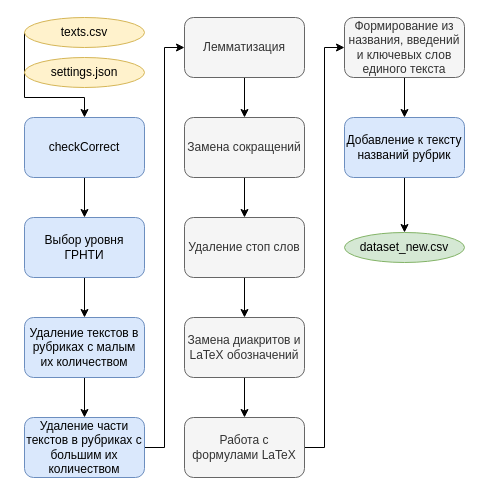
Earlier version of the draw.io diagram page "Копия Предобработка" (3 of 6) of architecture.drawio (vvzunin/GRNTIClass). Source tidied: cells renumbered, new cells numbered last; positions are measured from the earlier drawing's top-left corner, leaving out a move shared by most shapes. Both pictures are drawn from the tidied source at 100%, with x=0, y=0 at pixel (24, 17).
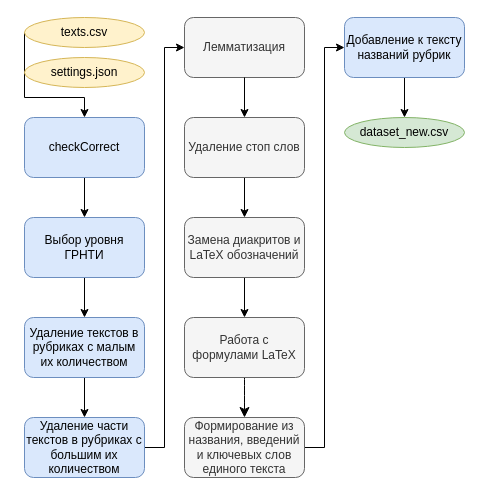
Above is the later version.

Unchanged cells that the change refers to:
```xml
<mxCell id="13" value="Лемматизация" style="rounded=1;whiteSpace=wrap;html=1;fillColor=#f5f5f5;fontColor=#333333;strokeColor=#666666;" parent="1" vertex="1">
  <mxGeometry x="160" width="120" height="60" as="geometry" />
</mxCell>
```

Change to the diagram source:
```diff
@@
-    <mxCell id="12" style="edgeStyle=orthogonalEdgeStyle;rounded=0;jettySize=auto;html=1;" parent="1" edge="1" source="13" target="15">
-      <mxGeometry relative="1" as="geometry" />
-    </mxCell>
@@
-    <mxCell id="14" style="edgeStyle=orthogonalEdgeStyle;rounded=0;jettySize=auto;html=1;" parent="1" edge="1" source="15" target="17">
+    <mxCell id="14" style="edgeStyle=orthogonalEdgeStyle;rounded=0;jettySize=auto;html=1;exitX=0.5;exitY=1;exitDx=0;exitDy=0;" parent="1" edge="1" source="13" target="17">
       <mxGeometry relative="1" as="geometry" />
     </mxCell>
-    <mxCell id="15" value="Замена сокращений" style="rounded=1;whiteSpace=wrap;html=1;fillColor=#f5f5f5;fontColor=#333333;strokeColor=#666666;" parent="1" vertex="1">
-      <mxGeometry x="160" y="100" width="120" height="60" as="geometry" />
-    </mxCell>
@@
     <mxCell id="17" value="Удаление стоп слов" style="rounded=1;whiteSpace=wrap;html=1;fillColor=#f5f5f5;fontColor=#333333;strokeColor=#666666;" parent="1" vertex="1">
-      <mxGeometry x="160" y="200" width="120" height="60" as="geometry" />
+      <mxGeometry x="160" y="100" width="120" height="60" as="geometry" />
     </mxCell>
-    <mxCell id="18" style="edgeStyle=orthogonalEdgeStyle;rounded=0;jettySize=auto;html=1;" parent="1" edge="1" source="19" target="21">
-      <mxGeometry relative="1" as="geometry" />
-    </mxCell>
-    <mxCell id="19" value="Формирование из названия, введений и ключевых слов единого текста" style="rounded=1;whiteSpace=wrap;html=1;fillColor=#f5f5f5;fontColor=#333333;strokeColor=#666666;" parent="1" vertex="1">
-      <mxGeometry x="320" width="120" height="60" as="geometry" />
-    </mxCell>
@@
     <mxCell id="21" value="Добавление к тексту названий рубрик" style="rounded=1;whiteSpace=wrap;html=1;fillColor=#dae8fc;strokeColor=#6c8ebf;" parent="1" vertex="1">
-      <mxGeometry x="320" y="100" width="120" height="60" as="geometry" />
+      <mxGeometry x="320" width="120" height="60" as="geometry" />
     </mxCell>
     <mxCell id="22" value="dataset_new.csv" style="ellipse;whiteSpace=wrap;html=1;fillColor=#d5e8d4;strokeColor=#82b366;" parent="1" vertex="1">
-      <mxGeometry x="320" y="215" width="120" height="30" as="geometry" />
+      <mxGeometry x="320" y="100" width="120" height="30" as="geometry" />
     </mxCell>
@@
     <mxCell id="25" value="Замена диакритов и LaTeX обозначений" style="rounded=1;whiteSpace=wrap;html=1;fillColor=#f5f5f5;fontColor=#333333;strokeColor=#666666;" parent="1" vertex="1">
-      <mxGeometry x="160" y="300" width="120" height="60" as="geometry" />
+      <mxGeometry x="160" y="200" width="120" height="60" as="geometry" />
     </mxCell>
-    <mxCell id="26" style="edgeStyle=orthogonalEdgeStyle;rounded=0;jettySize=auto;html=1;" parent="1" edge="1" source="27">
+    <mxCell id="26" style="edgeStyle=orthogonalEdgeStyle;rounded=0;jettySize=auto;html=1;exitX=1;exitY=0.5;exitDx=0;exitDy=0;" parent="1" edge="1" source="19">
       <mxGeometry relative="1" as="geometry">
         <mxPoint x="320" y="30" as="targetPoint" />
         <Array as="points">
           <mxPoint x="300" y="430" />
           <mxPoint x="300" y="30" />
         </Array>
       </mxGeometry>
     </mxCell>
+    <mxCell id="28" style="edgeStyle=none;curved=1;rounded=0;jettySize=auto;html=1;entryX=0.5;entryY=0;entryDx=0;entryDy=0;fontSize=12;startSize=8;endSize=8;" parent="1" edge="1" source="27" target="19">
+      <mxGeometry relative="1" as="geometry" />
+    </mxCell>
     <mxCell id="27" value="Работа с формулами LaTeX" style="rounded=1;whiteSpace=wrap;html=1;fillColor=#f5f5f5;fontColor=#333333;strokeColor=#666666;" parent="1" vertex="1">
-      <mxGeometry x="160" y="400" width="120" height="60" as="geometry" />
+      <mxGeometry x="160" y="300" width="120" height="60" as="geometry" />
     </mxCell>
+    <mxCell id="19" value="Формирование из названия, введений и ключевых слов единого текста" style="rounded=1;whiteSpace=wrap;html=1;fillColor=#f5f5f5;fontColor=#333333;strokeColor=#666666;" parent="1" vertex="1">
+      <mxGeometry x="160" y="400" width="120" height="60" as="geometry" />
+    </mxCell>
```
